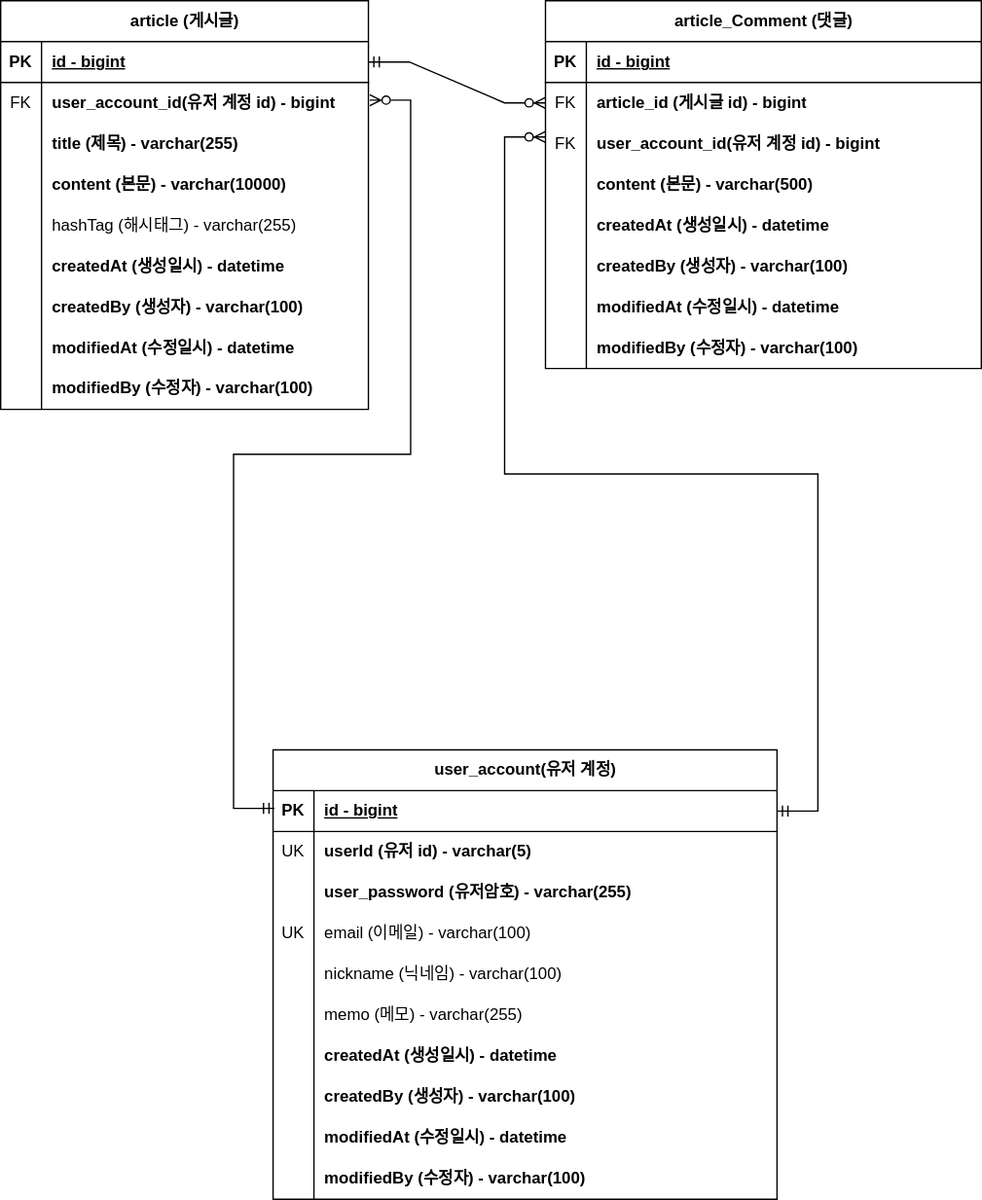
Earlier version of the draw.io export document/project-board-erd.svg (park-soo/project-board). Source tidied: cells renumbered, new cells last; positions are measured from the earlier drawing's top-left corner, leaving out a move shared by most shapes.
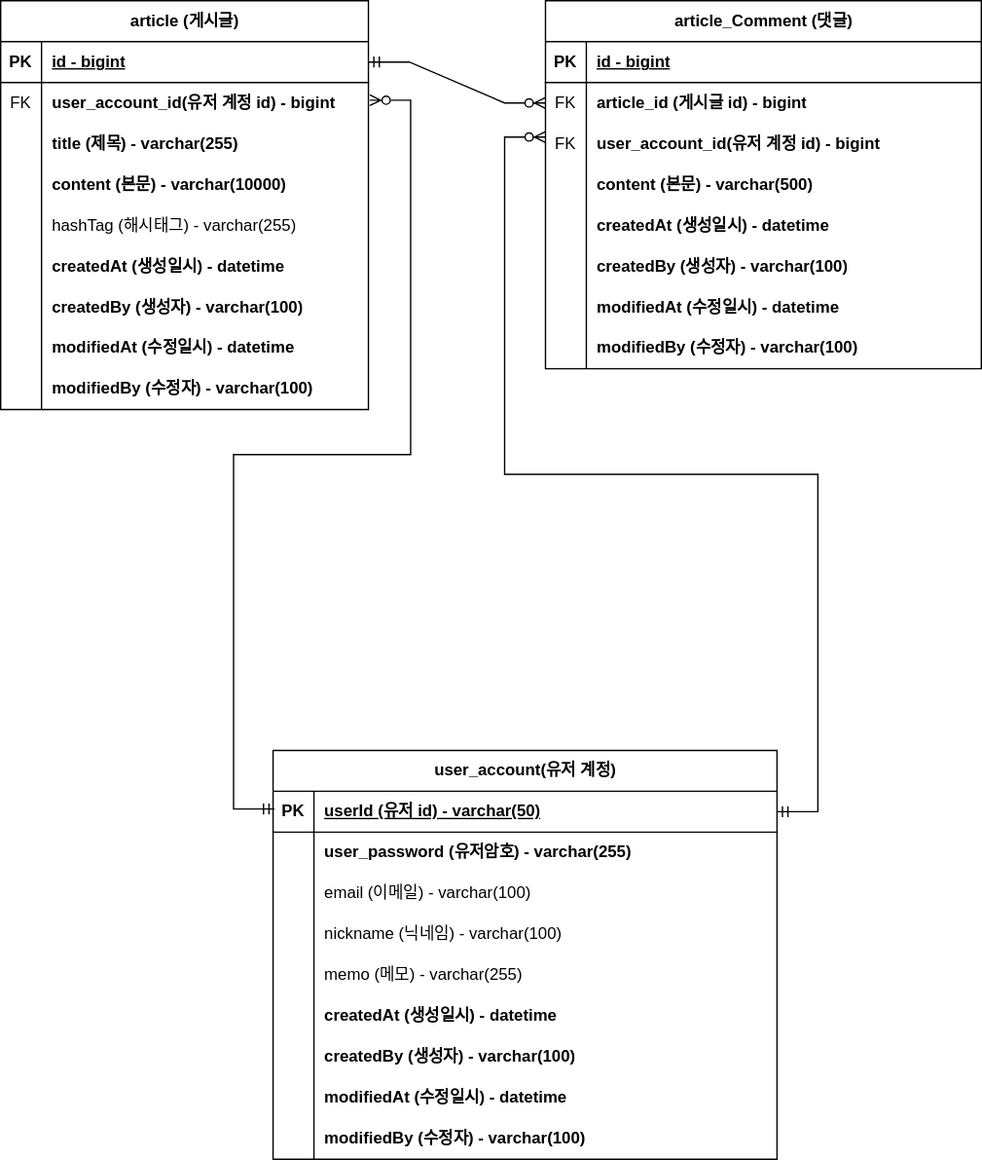
After the commit.

Commit message:
#47 - ERD 문서 수정: 회원 계정 user_id 를 PK 로 변경

Change to the diagram source:
```diff
@@ -165,7 +165,7 @@
       <mxGeometry relative="1" as="geometry" />
     </mxCell>
     <mxCell id="56" value="user_account(유저 계정)" style="shape=table;startSize=30;rowLines=0;fontStyle=1;align=center;html=1;" parent="1" vertex="1">
-      <mxGeometry x="200" y="550" width="370" height="330" as="geometry" />
+      <mxGeometry x="200" y="550" width="370" height="300" as="geometry" />
     </mxCell>
     <mxCell id="57" style="shape=tableRow;horizontal=0;startSize=0;swimlaneHead=0;swimlaneBody=0;fillColor=none;points=[[0,0.5],[1,0.5]];portConstraint=eastwest;top=0;left=0;right=0;bottom=1;" parent="56" vertex="1">
       <mxGeometry y="30" width="370" height="30" as="geometry" />
@@ -173,20 +173,11 @@
     <mxCell id="58" value="PK" style="shape=partialRectangle;fillColor=none;top=0;left=0;bottom=0;right=0;fontStyle=1;overflow=hidden;whiteSpace=wrap;html=1;" parent="57" vertex="1">
       <mxGeometry width="30" height="30" as="geometry" />
     </mxCell>
-    <mxCell id="59" value="id - bigint" style="shape=partialRectangle;fillColor=none;top=0;left=0;bottom=0;right=0;align=left;spacingLeft=6;fontStyle=5;overflow=hidden;whiteSpace=wrap;html=1;" parent="57" vertex="1">
+    <mxCell id="59" value="userId (유저 id) - varchar(50)" style="shape=partialRectangle;fillColor=none;top=0;left=0;bottom=0;right=0;align=left;spacingLeft=6;fontStyle=5;overflow=hidden;whiteSpace=wrap;html=1;" parent="57" vertex="1">
       <mxGeometry x="30" width="340" height="30" as="geometry" />
     </mxCell>
-    <mxCell id="60" style="shape=tableRow;horizontal=0;startSize=0;swimlaneHead=0;swimlaneBody=0;fillColor=none;top=0;left=0;right=0;bottom=0;" parent="56" vertex="1">
-      <mxGeometry y="60" width="370" height="30" as="geometry" />
-    </mxCell>
-    <mxCell id="61" value="UK" style="shape=partialRectangle;fillColor=none;top=0;left=0;bottom=0;right=0;overflow=hidden;whiteSpace=wrap;html=1;" parent="60" vertex="1">
-      <mxGeometry width="30" height="30" as="geometry" />
-    </mxCell>
-    <mxCell id="62" value="userId (유저 id) - varchar(5)" style="shape=partialRectangle;fillColor=none;top=0;left=0;bottom=0;right=0;align=left;spacingLeft=6;overflow=hidden;whiteSpace=wrap;html=1;fontStyle=1;" parent="60" vertex="1">
-      <mxGeometry x="30" width="340" height="30" as="geometry" />
-    </mxCell>
     <mxCell id="63" style="shape=tableRow;horizontal=0;startSize=0;swimlaneHead=0;swimlaneBody=0;fillColor=none;top=0;left=0;right=0;bottom=0;" parent="56" vertex="1">
-      <mxGeometry y="90" width="370" height="30" as="geometry" />
+      <mxGeometry y="60" width="370" height="30" as="geometry" />
     </mxCell>
     <mxCell id="64" style="shape=partialRectangle;fillColor=none;top=0;left=0;bottom=0;right=0;overflow=hidden;whiteSpace=wrap;html=1;" parent="63" vertex="1">
       <mxGeometry width="30" height="30" as="geometry" />
@@ -195,16 +186,16 @@
       <mxGeometry x="30" width="340" height="30" as="geometry" />
     </mxCell>
     <mxCell id="66" style="shape=tableRow;horizontal=0;startSize=0;swimlaneHead=0;swimlaneBody=0;fillColor=none;top=0;left=0;right=0;bottom=0;" parent="56" vertex="1">
-      <mxGeometry y="120" width="370" height="30" as="geometry" />
+      <mxGeometry y="90" width="370" height="30" as="geometry" />
     </mxCell>
-    <mxCell id="67" value="UK" style="shape=partialRectangle;fillColor=none;top=0;left=0;bottom=0;right=0;overflow=hidden;whiteSpace=wrap;html=1;" parent="66" vertex="1">
+    <mxCell id="67" style="shape=partialRectangle;fillColor=none;top=0;left=0;bottom=0;right=0;overflow=hidden;whiteSpace=wrap;html=1;" parent="66" vertex="1">
       <mxGeometry width="30" height="30" as="geometry" />
     </mxCell>
     <mxCell id="68" value="email (이메일) - varchar(100)" style="shape=partialRectangle;fillColor=none;top=0;left=0;bottom=0;right=0;align=left;spacingLeft=6;overflow=hidden;whiteSpace=wrap;html=1;fontStyle=0;" parent="66" vertex="1">
       <mxGeometry x="30" width="340" height="30" as="geometry" />
     </mxCell>
     <mxCell id="69" style="shape=tableRow;horizontal=0;startSize=0;swimlaneHead=0;swimlaneBody=0;fillColor=none;top=0;left=0;right=0;bottom=0;" parent="56" vertex="1">
-      <mxGeometry y="150" width="370" height="30" as="geometry" />
+      <mxGeometry y="120" width="370" height="30" as="geometry" />
     </mxCell>
     <mxCell id="70" style="shape=partialRectangle;fillColor=none;top=0;left=0;bottom=0;right=0;overflow=hidden;whiteSpace=wrap;html=1;" parent="69" vertex="1">
       <mxGeometry width="30" height="30" as="geometry" />
@@ -213,7 +204,7 @@
       <mxGeometry x="30" width="340" height="30" as="geometry" />
     </mxCell>
     <mxCell id="72" style="shape=tableRow;horizontal=0;startSize=0;swimlaneHead=0;swimlaneBody=0;fillColor=none;top=0;left=0;right=0;bottom=0;" parent="56" vertex="1">
-      <mxGeometry y="180" width="370" height="30" as="geometry" />
+      <mxGeometry y="150" width="370" height="30" as="geometry" />
     </mxCell>
     <mxCell id="73" style="shape=partialRectangle;fillColor=none;top=0;left=0;bottom=0;right=0;overflow=hidden;whiteSpace=wrap;html=1;" parent="72" vertex="1">
       <mxGeometry width="30" height="30" as="geometry" />
@@ -222,7 +213,7 @@
       <mxGeometry x="30" width="340" height="30" as="geometry" />
     </mxCell>
     <mxCell id="75" style="shape=tableRow;horizontal=0;startSize=0;swimlaneHead=0;swimlaneBody=0;fillColor=none;top=0;left=0;right=0;bottom=0;" parent="56" vertex="1">
-      <mxGeometry y="210" width="370" height="30" as="geometry" />
+      <mxGeometry y="180" width="370" height="30" as="geometry" />
     </mxCell>
     <mxCell id="76" style="shape=partialRectangle;fillColor=none;top=0;left=0;bottom=0;right=0;overflow=hidden;whiteSpace=wrap;html=1;" parent="75" vertex="1">
       <mxGeometry width="30" height="30" as="geometry" />
@@ -231,7 +222,7 @@
       <mxGeometry x="30" width="340" height="30" as="geometry" />
     </mxCell>
     <mxCell id="78" style="shape=tableRow;horizontal=0;startSize=0;swimlaneHead=0;swimlaneBody=0;fillColor=none;top=0;left=0;right=0;bottom=0;" parent="56" vertex="1">
-      <mxGeometry y="240" width="370" height="30" as="geometry" />
+      <mxGeometry y="210" width="370" height="30" as="geometry" />
     </mxCell>
     <mxCell id="79" style="shape=partialRectangle;fillColor=none;top=0;left=0;bottom=0;right=0;overflow=hidden;whiteSpace=wrap;html=1;" parent="78" vertex="1">
       <mxGeometry width="30" height="30" as="geometry" />
@@ -240,7 +231,7 @@
       <mxGeometry x="30" width="340" height="30" as="geometry" />
     </mxCell>
     <mxCell id="81" style="shape=tableRow;horizontal=0;startSize=0;swimlaneHead=0;swimlaneBody=0;fillColor=none;top=0;left=0;right=0;bottom=0;" parent="56" vertex="1">
-      <mxGeometry y="270" width="370" height="30" as="geometry" />
+      <mxGeometry y="240" width="370" height="30" as="geometry" />
     </mxCell>
     <mxCell id="82" style="shape=partialRectangle;fillColor=none;top=0;left=0;bottom=0;right=0;overflow=hidden;whiteSpace=wrap;html=1;" parent="81" vertex="1">
       <mxGeometry width="30" height="30" as="geometry" />
@@ -249,7 +240,7 @@
       <mxGeometry x="30" width="340" height="30" as="geometry" />
     </mxCell>
     <mxCell id="84" style="shape=tableRow;horizontal=0;startSize=0;swimlaneHead=0;swimlaneBody=0;fillColor=none;top=0;left=0;right=0;bottom=0;" parent="56" vertex="1">
-      <mxGeometry y="300" width="370" height="30" as="geometry" />
+      <mxGeometry y="270" width="370" height="30" as="geometry" />
     </mxCell>
     <mxCell id="85" style="shape=partialRectangle;fillColor=none;top=0;left=0;bottom=0;right=0;overflow=hidden;whiteSpace=wrap;html=1;" parent="84" vertex="1">
       <mxGeometry width="30" height="30" as="geometry" />
```
